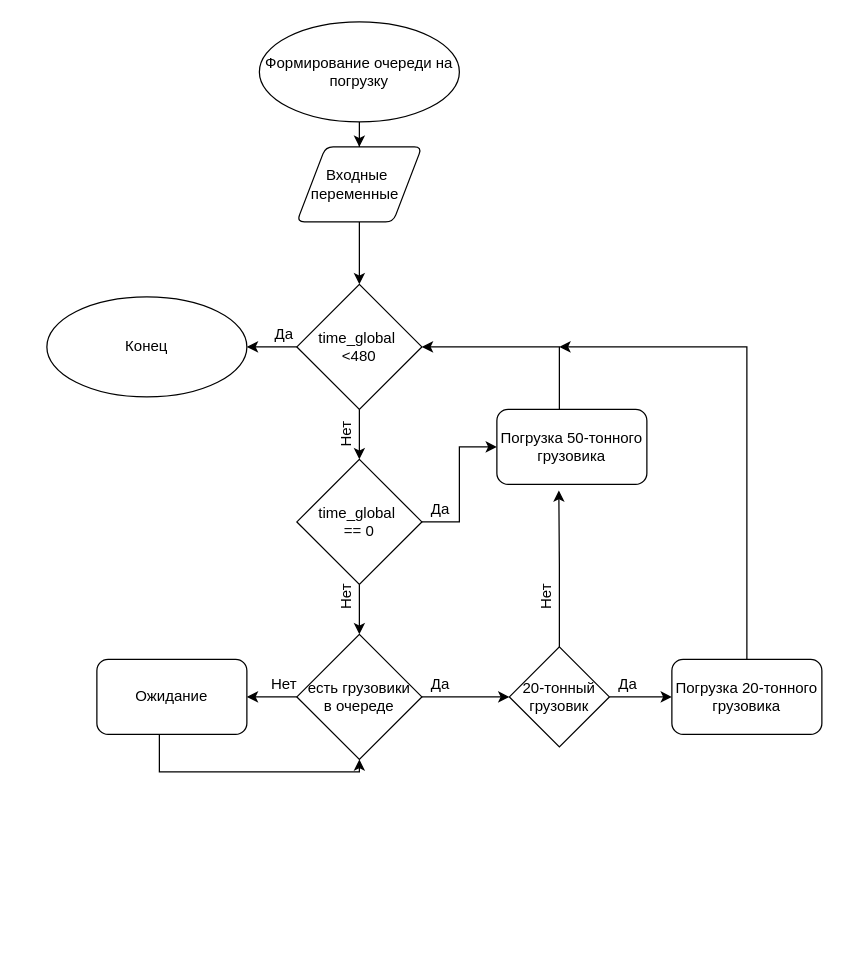
Before: Untitled Diagram.drawio in monsegard/praktik, a draw.io diagram. Source tidied: cells renumbered, new cells numbered last; positions are measured from the earlier drawing's top-left corner, leaving out a move shared by most shapes. Both pictures are drawn from the tidied source at 125%, with x=0, y=0 at pixel (46, 21).
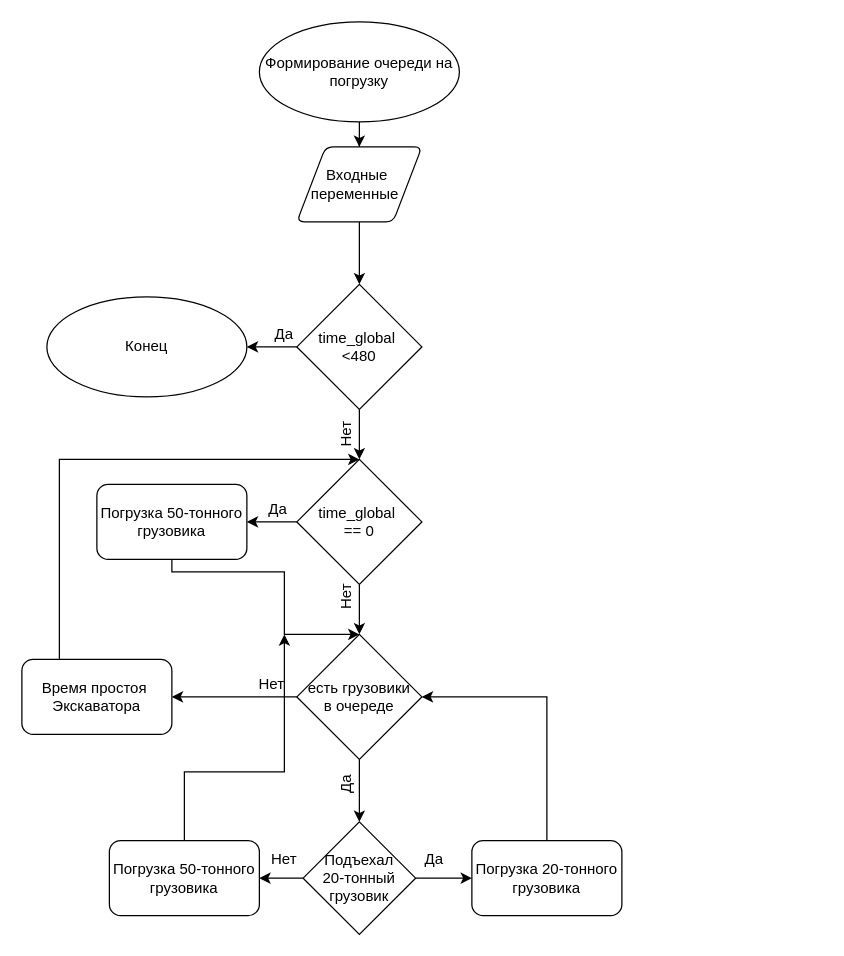
The same page after the edit.

Unchanged cells that the change refers to:
```xml
<mxCell id="8" value="time_global&amp;nbsp;&lt;br&gt;&amp;lt;480" style="strokeWidth=1;html=1;shape=mxgraph.flowchart.decision;whiteSpace=wrap;" parent="1" vertex="1">
  <mxGeometry x="200" y="210" width="100" height="100" as="geometry" />
</mxCell>
<mxCell id="12" value="time_global&amp;nbsp;&lt;br&gt;== 0" style="strokeWidth=1;html=1;shape=mxgraph.flowchart.decision;whiteSpace=wrap;shadow=0;sketch=0;" parent="1" vertex="1">
  <mxGeometry x="200" y="350" width="100" height="100" as="geometry" />
</mxCell>
<mxCell id="20" value="есть грузовики&lt;br&gt;в очереде" style="strokeWidth=1;html=1;shape=mxgraph.flowchart.decision;whiteSpace=wrap;shadow=0;sketch=0;" parent="1" vertex="1">
  <mxGeometry x="200" y="490" width="100" height="100" as="geometry" />
</mxCell>
```

What changed in the source:
```diff
@@
-    <mxCell id="10" style="edgeStyle=orthogonalEdgeStyle;rounded=0;jettySize=auto;html=1;entryX=0;entryY=0.5;entryDx=0;entryDy=0;" parent="1" edge="1" source="12" target="15">
-      <mxGeometry relative="1" as="geometry" />
-    </mxCell>
@@
+    <mxCell id="33" style="edgeStyle=orthogonalEdgeStyle;rounded=0;jettySize=auto;html=1;entryX=1;entryY=0.5;entryDx=0;entryDy=0;" parent="1" edge="1" source="12" target="42">
+      <mxGeometry relative="1" as="geometry" />
+    </mxCell>
@@
     <mxCell id="13" value="Да" style="text;html=1;strokeColor=none;fillColor=none;align=center;verticalAlign=middle;whiteSpace=wrap;rounded=0;" parent="1" vertex="1">
-      <mxGeometry x="300" y="380" width="30" height="20" as="geometry" />
+      <mxGeometry x="170" y="380" width="30" height="20" as="geometry" />
     </mxCell>
-    <mxCell id="14" style="edgeStyle=orthogonalEdgeStyle;rounded=0;jettySize=auto;html=1;entryX=1;entryY=0.5;entryDx=0;entryDy=0;entryPerimeter=0;" parent="1" edge="1" source="15" target="8">
-      <mxGeometry relative="1" as="geometry">
-        <Array as="points">
-          <mxPoint x="410" y="260" />
-        </Array>
-      </mxGeometry>
-    </mxCell>
-    <mxCell id="15" value="Погрузка 50-тонного грузовика" style="rounded=1;whiteSpace=wrap;html=1;" parent="1" vertex="1">
-      <mxGeometry x="360" y="310" width="120" height="60" as="geometry" />
-    </mxCell>
@@
-    <mxCell id="18" style="edgeStyle=orthogonalEdgeStyle;rounded=0;jettySize=auto;html=1;entryX=1;entryY=0.5;entryDx=0;entryDy=0;" parent="1" edge="1" source="20" target="23">
-      <mxGeometry relative="1" as="geometry" />
-    </mxCell>
-    <mxCell id="19" style="edgeStyle=orthogonalEdgeStyle;rounded=0;jettySize=auto;html=1;entryX=0;entryY=0.5;entryDx=0;entryDy=0;" parent="1" edge="1" source="20" target="28">
+    <mxCell id="19" style="edgeStyle=orthogonalEdgeStyle;rounded=0;jettySize=auto;html=1;entryX=1;entryY=0.5;entryDx=0;entryDy=0;" parent="1" edge="1" source="20" target="39">
       <mxGeometry relative="1" as="geometry" />
     </mxCell>
+    <mxCell id="34" style="edgeStyle=orthogonalEdgeStyle;rounded=0;jettySize=auto;html=1;" parent="1" edge="1" source="20" target="37">
+      <mxGeometry relative="1" as="geometry" />
+    </mxCell>
@@
-    <mxCell id="21" value="Да" style="text;html=1;strokeColor=none;fillColor=none;align=center;verticalAlign=middle;whiteSpace=wrap;rounded=0;" parent="1" vertex="1">
-      <mxGeometry x="300" y="520" width="30" height="20" as="geometry" />
+    <mxCell id="21" value="Да" style="text;html=1;strokeColor=none;fillColor=none;align=center;verticalAlign=middle;whiteSpace=wrap;rounded=0;rotation=-90;" parent="1" vertex="1">
+      <mxGeometry x="225" y="600" width="30" height="20" as="geometry" />
     </mxCell>
-    <mxCell id="22" style="edgeStyle=orthogonalEdgeStyle;rounded=0;jettySize=auto;html=1;entryX=0.5;entryY=1;entryDx=0;entryDy=0;entryPerimeter=0;" parent="1" edge="1" source="23" target="20">
-      <mxGeometry relative="1" as="geometry">
-        <Array as="points">
-          <mxPoint x="90" y="600" />
-          <mxPoint x="250" y="600" />
-        </Array>
-      </mxGeometry>
-    </mxCell>
-    <mxCell id="23" value="Ожидание" style="rounded=1;whiteSpace=wrap;html=1;" parent="1" vertex="1">
-      <mxGeometry x="40" y="510" width="120" height="60" as="geometry" />
-    </mxCell>
     <mxCell id="24" value="Нет" style="text;html=1;strokeColor=none;fillColor=none;align=center;verticalAlign=middle;whiteSpace=wrap;rounded=0;rotation=0;" parent="1" vertex="1">
-      <mxGeometry x="170" y="520" width="40" height="20" as="geometry" />
+      <mxGeometry x="160" y="520" width="40" height="20" as="geometry" />
     </mxCell>
@@
-    <mxCell id="26" style="edgeStyle=orthogonalEdgeStyle;rounded=0;jettySize=auto;html=1;entryX=0;entryY=0.5;entryDx=0;entryDy=0;" parent="1" edge="1" source="28" target="32">
-      <mxGeometry relative="1" as="geometry" />
-    </mxCell>
-    <mxCell id="27" style="edgeStyle=orthogonalEdgeStyle;rounded=0;jettySize=auto;html=1;entryX=0.413;entryY=1.081;entryDx=0;entryDy=0;entryPerimeter=0;" parent="1" edge="1" source="28" target="15">
-      <mxGeometry relative="1" as="geometry" />
-    </mxCell>
-    <mxCell id="28" value="20-тонный&lt;br&gt;грузовик" style="rhombus;whiteSpace=wrap;html=1;shadow=0;sketch=0;strokeColor=#000000;strokeWidth=1;fillColor=#ffffff;" parent="1" vertex="1">
-      <mxGeometry x="370" y="500" width="80" height="80" as="geometry" />
-    </mxCell>
+    <mxCell id="35" style="edgeStyle=orthogonalEdgeStyle;rounded=0;jettySize=auto;html=1;entryX=0;entryY=0.5;entryDx=0;entryDy=0;exitX=1;exitY=0.5;exitDx=0;exitDy=0;" parent="1" edge="1" source="37" target="32">
+      <mxGeometry relative="1" as="geometry" />
+    </mxCell>
+    <mxCell id="36" style="edgeStyle=orthogonalEdgeStyle;rounded=0;jettySize=auto;html=1;entryX=1;entryY=0.5;entryDx=0;entryDy=0;" parent="1" edge="1" source="37" target="44">
+      <mxGeometry relative="1" as="geometry" />
+    </mxCell>
+    <mxCell id="37" value="Подъехал &lt;br&gt;20-тонный грузовик" style="rhombus;whiteSpace=wrap;html=1;shadow=0;sketch=0;strokeColor=#000000;strokeWidth=1;fillColor=#ffffff;" parent="1" vertex="1">
+      <mxGeometry x="205" y="640" width="90" height="90" as="geometry" />
+    </mxCell>
+    <mxCell id="30" value="Да" style="text;html=1;strokeColor=none;fillColor=none;align=center;verticalAlign=middle;whiteSpace=wrap;rounded=0;rotation=0;" parent="1" vertex="1">
+      <mxGeometry x="295" y="660" width="30" height="20" as="geometry" />
+    </mxCell>
+    <mxCell id="38" style="edgeStyle=orthogonalEdgeStyle;rounded=0;jettySize=auto;html=1;endArrow=classic;endFill=1;entryX=0.5;entryY=0;entryDx=0;entryDy=0;entryPerimeter=0;exitX=0.25;exitY=0;exitDx=0;exitDy=0;" parent="1" edge="1" source="39" target="12">
+      <mxGeometry relative="1" as="geometry">
+        <Array as="points">
+          <mxPoint x="10" y="350" />
+        </Array>
+      </mxGeometry>
+    </mxCell>
+    <mxCell id="39" value="Время простоя&amp;nbsp;&lt;br&gt;Экскаватора" style="rounded=1;whiteSpace=wrap;html=1;" parent="1" vertex="1">
+      <mxGeometry x="-20" y="510" width="120" height="60" as="geometry" />
+    </mxCell>
+    <mxCell id="40" style="edgeStyle=orthogonalEdgeStyle;rounded=0;jettySize=auto;html=1;entryX=1;entryY=0.5;entryDx=0;entryDy=0;entryPerimeter=0;exitX=0.5;exitY=0;exitDx=0;exitDy=0;" parent="1" edge="1" source="32" target="20">
+      <mxGeometry relative="1" as="geometry">
+        <Array as="points">
+          <mxPoint x="400" y="540" />
+        </Array>
+      </mxGeometry>
+    </mxCell>
+    <mxCell id="32" value="Погрузка 20-тонного грузовика" style="rounded=1;whiteSpace=wrap;html=1;" parent="1" vertex="1">
+      <mxGeometry x="340" y="655" width="120" height="60" as="geometry" />
+    </mxCell>
+    <mxCell id="41" style="edgeStyle=orthogonalEdgeStyle;rounded=0;jettySize=auto;html=1;entryX=0.5;entryY=0;entryDx=0;entryDy=0;entryPerimeter=0;exitX=0.5;exitY=1;exitDx=0;exitDy=0;" parent="1" edge="1" source="42" target="20">
+      <mxGeometry relative="1" as="geometry">
+        <Array as="points">
+          <mxPoint x="100" y="440" />
+          <mxPoint x="190" y="440" />
+          <mxPoint x="190" y="490" />
+        </Array>
+      </mxGeometry>
+    </mxCell>
+    <mxCell id="42" value="Погрузка 50-тонного грузовика" style="rounded=1;whiteSpace=wrap;html=1;" parent="1" vertex="1">
+      <mxGeometry x="40" y="370" width="120" height="60" as="geometry" />
+    </mxCell>
-    <mxCell id="29" value="Нет" style="text;html=1;strokeColor=none;fillColor=none;align=center;verticalAlign=middle;whiteSpace=wrap;rounded=0;rotation=-90;" parent="1" vertex="1">
-      <mxGeometry x="380" y="450" width="40" height="20" as="geometry" />
+    <mxCell id="29" value="Нет" style="text;html=1;strokeColor=none;fillColor=none;align=center;verticalAlign=middle;whiteSpace=wrap;rounded=0;rotation=0;" parent="1" vertex="1">
+      <mxGeometry x="170" y="660" width="40" height="20" as="geometry" />
     </mxCell>
-    <mxCell id="30" value="Да" style="text;html=1;strokeColor=none;fillColor=none;align=center;verticalAlign=middle;whiteSpace=wrap;rounded=0;" parent="1" vertex="1">
-      <mxGeometry x="450" y="520" width="30" height="20" as="geometry" />
-    </mxCell>
-    <mxCell id="31" style="edgeStyle=orthogonalEdgeStyle;rounded=0;jettySize=auto;html=1;exitX=0.5;exitY=0;exitDx=0;exitDy=0;" parent="1" edge="1" source="32">
-      <mxGeometry relative="1" as="geometry">
-        <mxPoint x="410" y="260" as="targetPoint" />
-        <Array as="points">
-          <mxPoint x="560" y="260" />
-        </Array>
-      </mxGeometry>
-    </mxCell>
-    <mxCell id="32" value="Погрузка 20-тонного грузовика" style="rounded=1;whiteSpace=wrap;html=1;" parent="1" vertex="1">
-      <mxGeometry x="500" y="510" width="120" height="60" as="geometry" />
-    </mxCell>
+    <mxCell id="43" style="edgeStyle=orthogonalEdgeStyle;rounded=0;jettySize=auto;html=1;exitX=0.5;exitY=0;exitDx=0;exitDy=0;endArrow=classic;endFill=1;" parent="1" edge="1" source="44">
+      <mxGeometry relative="1" as="geometry">
+        <mxPoint x="190" y="490" as="targetPoint" />
+        <Array as="points">
+          <mxPoint x="110" y="600" />
+          <mxPoint x="190" y="600" />
+          <mxPoint x="190" y="490" />
+        </Array>
+      </mxGeometry>
+    </mxCell>
+    <mxCell id="44" value="Погрузка 50-тонного грузовика" style="rounded=1;whiteSpace=wrap;html=1;" parent="1" vertex="1">
+      <mxGeometry x="50" y="655" width="120" height="60" as="geometry" />
+    </mxCell>
```
